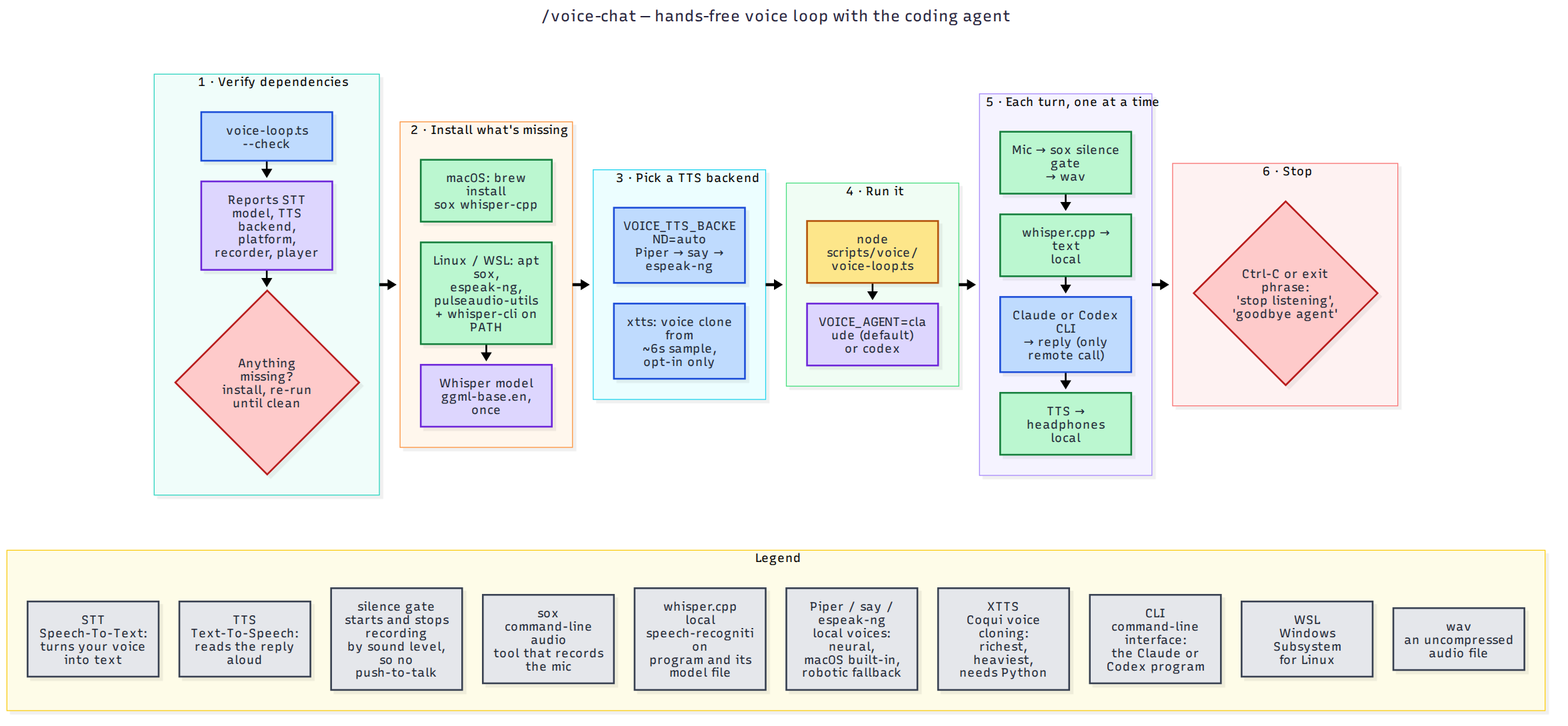
Above: docs/diagrams/generated/voice-chat.png in victusfate/scaffold (Mermaid), before the change. Its source is kept beside it as docs/diagrams/src/voice-chat.mmd. Its diagram source:
```mermaid
---
title: /voice-chat — hands-free voice loop with the coding agent
---
flowchart TB
  classDef owner fill:#fde68a,stroke:#b45309,color:#1f2937
  classDef orch fill:#bfdbfe,stroke:#1d4ed8,color:#1f2937
  classDef state fill:#ddd6fe,stroke:#6d28d9,color:#1f2937
  classDef lane fill:#bbf7d0,stroke:#15803d,color:#1f2937
  classDef git fill:#e5e7eb,stroke:#374151,color:#1f2937
  classDef gate fill:#fecaca,stroke:#b91c1c,color:#1f2937


  subgraph FLOW[" "]
  direction LR

  subgraph CHECK["1 · Verify dependencies"]
    direction TB
    C1["voice-loop.ts --check"]:::orch
    C2["Reports STT model, TTS backend,<br/>platform, recorder, player"]:::state
    C3{"Anything missing?<br/>install, re-run until clean"}:::gate
    C1 --> C2 --> C3
  end

  subgraph INSTALL["2 · Install what's missing"]
    direction TB
    I1["macOS: brew install<br/>sox whisper-cpp"]:::lane
    I2["Linux / WSL: apt sox,<br/>espeak-ng, pulseaudio-utils<br/>+ whisper-cli on PATH"]:::lane
    I3["Whisper model<br/>ggml-base.en, once"]:::state
    I1 ~~~ I2
    I2 --> I3
  end

  subgraph TTS["3 · Pick a TTS backend"]
    direction TB
    T1["VOICE_TTS_BACKEND=auto<br/>Piper → say → espeak-ng"]:::orch
    T2["xtts: voice clone from<br/>~6s sample, opt-in only"]:::orch
    T1 ~~~ T2
  end

  subgraph LAUNCH["4 · Run it"]
    direction TB
    R1["node scripts/voice/<br/>voice-loop.ts"]:::owner
    R2["VOICE_AGENT=claude (default)<br/>or codex"]:::state
    R1 --> R2
  end

  subgraph TURN["5 · Each turn, one at a time"]
    direction TB
    P1["Mic → sox silence gate<br/>→ wav"]:::lane
    P2["whisper.cpp → text<br/>local"]:::lane
    P3["Claude or Codex CLI<br/>→ reply (only remote call)"]:::orch
    P4["TTS → headphones<br/>local"]:::lane
    P1 --> P2 --> P3 --> P4
  end

  subgraph STOP["6 · Stop"]
    direction TB
    S1{"Ctrl-C or exit phrase:<br/>'stop listening',<br/>'goodbye agent'"}:::gate
  end

  CHECK ==> INSTALL ==> TTS ==> LAUNCH ==> TURN ==> STOP
  end
  style FLOW fill:none,stroke:none

  subgraph LEGEND["Legend"]
    direction LR
    L1["STT<br/>Speech-To-Text:<br/>turns your voice<br/>into text"]:::git
    L2["TTS<br/>Text-To-Speech:<br/>reads the reply<br/>aloud"]:::git
    L3["silence gate<br/>starts and stops recording<br/>by sound level, so no<br/>push-to-talk"]:::git
    L4["sox<br/>command-line audio<br/>tool that records<br/>the mic"]:::git
    L5["whisper.cpp<br/>local speech-recognition<br/>program and its<br/>model file"]:::git
    L6["Piper / say / espeak-ng<br/>local voices: neural,<br/>macOS built-in,<br/>robotic fallback"]:::git
    L7["XTTS<br/>Coqui voice cloning:<br/>richest, heaviest,<br/>needs Python"]:::git
    L8["CLI<br/>command-line interface:<br/>the Claude or<br/>Codex program"]:::git
    L9["WSL<br/>Windows Subsystem<br/>for Linux"]:::git
    L10["wav<br/>an uncompressed<br/>audio file"]:::git
    L1 ~~~ L2 ~~~ L3 ~~~ L4 ~~~ L5 ~~~ L6 ~~~ L7 ~~~ L8 ~~~ L9 ~~~ L10
  end

  FLOW ~~~ LEGEND
```
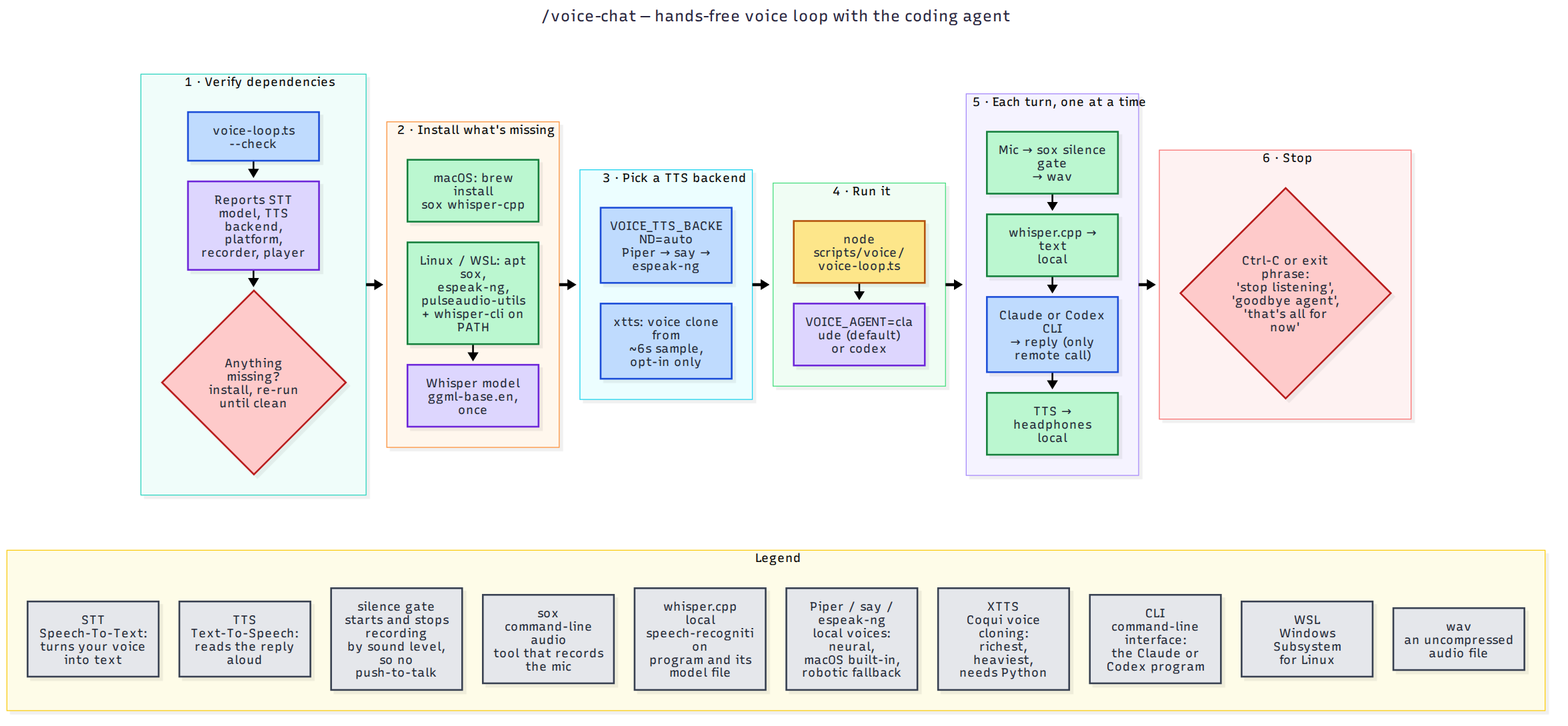
After the change.

Change to the diagram source:
```diff
@@ -55,7 +55,7 @@
 
   subgraph STOP["6 · Stop"]
     direction TB
-    S1{"Ctrl-C or exit phrase:<br/>'stop listening',<br/>'goodbye agent'"}:::gate
+    S1{"Ctrl-C or exit phrase:<br/>'stop listening',<br/>'goodbye agent',<br/>'that's all for now'"}:::gate
   end
 
   CHECK ==> INSTALL ==> TTS ==> LAUNCH ==> TURN ==> STOP
```
